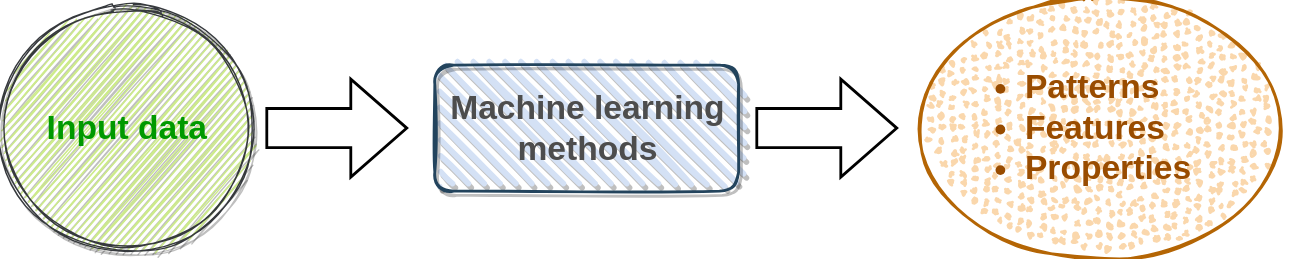
Above: machine_learning.svg in jajupmochi/phd_thesis (draw.io), before the change. Source tidied: cells renumbered, new cells last; positions are measured from the earlier drawing's top-left corner, leaving out a move shared by most shapes.
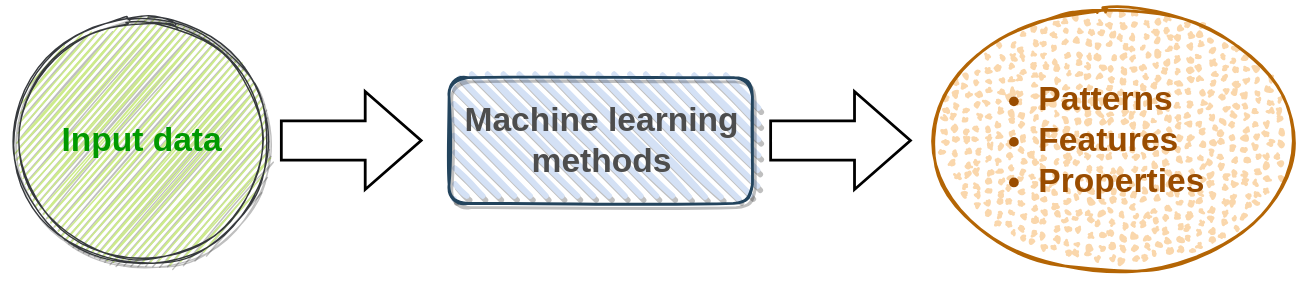
After the commit.

Diff of the diagram source:
```diff
@@ -2,6 +2,9 @@
   <root>
     <mxCell id="0" />
     <mxCell id="1" parent="0" />
+    <mxCell id="10" style="rounded=0;whiteSpace=wrap;html=1;fillColor=none;strokeColor=none;" parent="1" vertex="1">
+      <mxGeometry x="-10" y="-10" width="930" height="200" as="geometry" />
+    </mxCell>
     <mxCell id="2" style="rounded=1;whiteSpace=wrap;html=1;strokeWidth=2;fillWeight=4;hachureGap=8;hachureAngle=45;sketch=1;strokeColor=#23445d;fillColor=#D4E1F5;shadow=1;glass=0;" parent="1" vertex="1">
       <mxGeometry x="310" y="45" width="217" height="90" as="geometry" />
     </mxCell>
```
